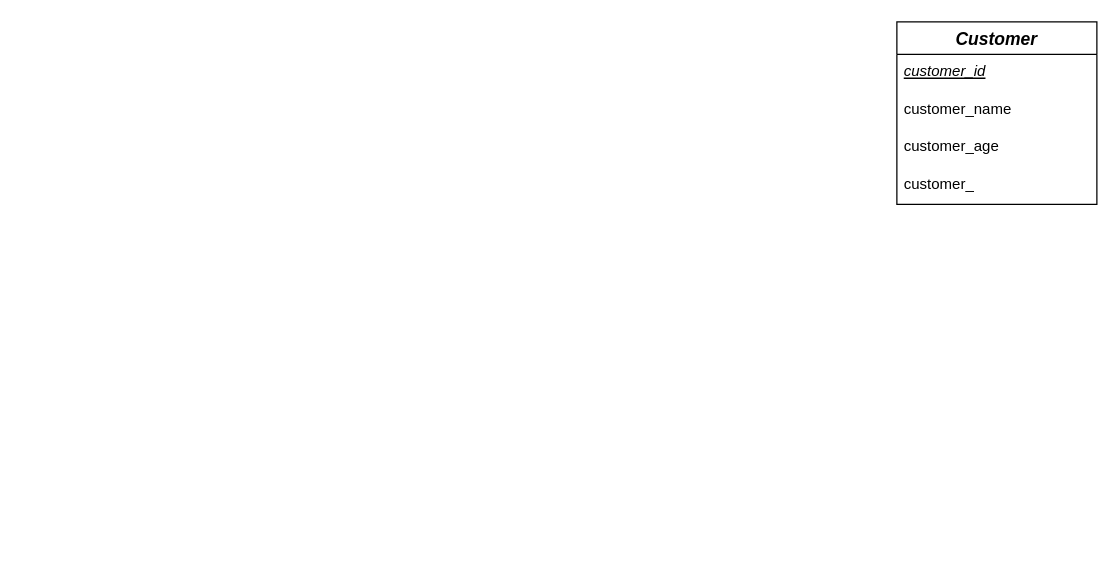
This is page "Practice 7.1" (1 of 2) of Untitled Diagram.drawio from jskwak98/database_erModeling, a draw.io file, before an edit. Source tidied: cells renumbered, new cells numbered last; positions are measured from the earlier drawing's top-left corner, leaving out a move shared by most shapes. Both pictures are drawn from the tidied source at 125%, with x=0, y=0 at pixel (896, 21).
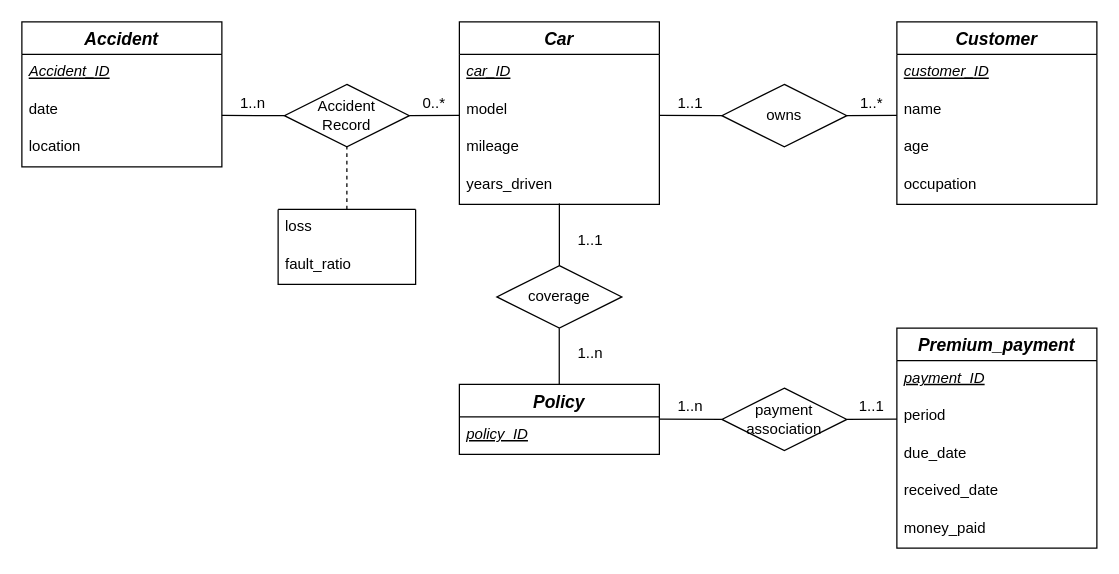
The same page after the edit.

The change refers to these unchanged cells:
```xml
<mxCell id="2" value="Customer" style="swimlane;fontStyle=3;horizontal=1;startSize=26;align=center;fontSize=14;verticalAlign=middle;" parent="1" vertex="1">
  <mxGeometry width="160" height="146" as="geometry" />
</mxCell>
```

Change to the diagram source:
```diff
@@
-    <mxCell id="3" value="customer_id" style="text;strokeColor=none;fillColor=none;spacingLeft=4;spacingRight=4;overflow=hidden;fontSize=12;fontStyle=6;fontFamily=Helvetica;perimeterSpacing=0;" parent="2" vertex="1">
+    <mxCell id="3" value="customer_ID" style="text;strokeColor=none;fillColor=none;spacingLeft=4;spacingRight=4;overflow=hidden;fontSize=12;fontStyle=6;fontFamily=Helvetica;perimeterSpacing=0;" parent="2" vertex="1">
       <mxGeometry y="26" width="160" height="30" as="geometry" />
     </mxCell>
-    <mxCell id="4" value="customer_name" style="text;strokeColor=none;fillColor=none;spacingLeft=4;spacingRight=4;overflow=hidden;fontSize=12;" parent="2" vertex="1">
+    <mxCell id="4" value="name" style="text;strokeColor=none;fillColor=none;spacingLeft=4;spacingRight=4;overflow=hidden;fontSize=12;" parent="2" vertex="1">
       <mxGeometry y="56" width="160" height="30" as="geometry" />
     </mxCell>
-    <mxCell id="5" value="customer_age&#10;" style="text;strokeColor=none;fillColor=none;spacingLeft=4;spacingRight=4;overflow=hidden;fontSize=12;" parent="2" vertex="1">
+    <mxCell id="5" value="age&#10;" style="text;strokeColor=none;fillColor=none;spacingLeft=4;spacingRight=4;overflow=hidden;fontSize=12;" parent="2" vertex="1">
       <mxGeometry y="86" width="160" height="30" as="geometry" />
     </mxCell>
-    <mxCell id="6" value="customer_" style="text;strokeColor=none;fillColor=none;spacingLeft=4;spacingRight=4;overflow=hidden;fontSize=12;" parent="2" vertex="1">
+    <mxCell id="6" value="occupation" style="text;strokeColor=none;fillColor=none;spacingLeft=4;spacingRight=4;overflow=hidden;fontSize=12;" parent="2" vertex="1">
       <mxGeometry y="116" width="160" height="30" as="geometry" />
     </mxCell>
+    <mxCell id="7" value="Car" style="swimlane;fontStyle=3;horizontal=1;startSize=26;align=center;fontSize=14;verticalAlign=middle;" parent="1" vertex="1">
+      <mxGeometry x="-350" width="160" height="146" as="geometry" />
+    </mxCell>
+    <mxCell id="8" value="car_ID" style="text;strokeColor=none;fillColor=none;spacingLeft=4;spacingRight=4;overflow=hidden;fontSize=12;fontStyle=6;fontFamily=Helvetica;perimeterSpacing=0;" parent="7" vertex="1">
+      <mxGeometry y="26" width="160" height="30" as="geometry" />
+    </mxCell>
+    <mxCell id="9" value="model" style="text;strokeColor=none;fillColor=none;spacingLeft=4;spacingRight=4;overflow=hidden;fontSize=12;" parent="7" vertex="1">
+      <mxGeometry y="56" width="160" height="30" as="geometry" />
+    </mxCell>
+    <mxCell id="10" value="mileage" style="text;strokeColor=none;fillColor=none;spacingLeft=4;spacingRight=4;overflow=hidden;fontSize=12;" parent="7" vertex="1">
+      <mxGeometry y="86" width="160" height="30" as="geometry" />
+    </mxCell>
+    <mxCell id="11" value="years_driven" style="text;strokeColor=none;fillColor=none;spacingLeft=4;spacingRight=4;overflow=hidden;fontSize=12;" parent="7" vertex="1">
+      <mxGeometry y="116" width="160" height="30" as="geometry" />
+    </mxCell>
+    <mxCell id="12" value="owns" style="shape=rhombus;perimeter=rhombusPerimeter;whiteSpace=wrap;html=1;align=center;" parent="1" vertex="1">
+      <mxGeometry x="-140" y="50" width="100" height="50" as="geometry" />
+    </mxCell>
+    <mxCell id="13" style="endArrow=none;html=1;rounded=0;entryX=0;entryY=0.5;entryDx=0;entryDy=0;" parent="1" edge="1" target="12">
+      <mxGeometry relative="1" as="geometry">
+        <mxPoint x="-190" y="74.8" as="sourcePoint" />
+      </mxGeometry>
+    </mxCell>
+    <mxCell id="14" style="endArrow=none;html=1;rounded=0;exitX=1;exitY=0.5;exitDx=0;exitDy=0;" parent="1" edge="1" source="12">
+      <mxGeometry relative="1" as="geometry">
+        <mxPoint y="74.8" as="targetPoint" />
+      </mxGeometry>
+    </mxCell>
+    <mxCell id="15" value="1..1" style="text;html=1;strokeColor=none;fillColor=none;align=center;verticalAlign=middle;whiteSpace=wrap;rounded=0;" parent="1" vertex="1">
+      <mxGeometry x="-190" y="50" width="50" height="30" as="geometry" />
+    </mxCell>
+    <mxCell id="16" value="1..*" style="text;html=1;strokeColor=none;fillColor=none;align=center;verticalAlign=middle;whiteSpace=wrap;rounded=0;" parent="1" vertex="1">
+      <mxGeometry x="-40" y="50" width="40" height="30" as="geometry" />
+    </mxCell>
+    <mxCell id="17" value="Accident&lt;br&gt;Record" style="shape=rhombus;perimeter=rhombusPerimeter;whiteSpace=wrap;html=1;align=center;" parent="1" vertex="1">
+      <mxGeometry x="-490" y="50" width="100" height="50" as="geometry" />
+    </mxCell>
+    <mxCell id="18" style="endArrow=none;html=1;rounded=0;entryX=0;entryY=0.5;entryDx=0;entryDy=0;" parent="1" edge="1" target="17">
+      <mxGeometry relative="1" as="geometry">
+        <mxPoint x="-540" y="74.8" as="sourcePoint" />
+      </mxGeometry>
+    </mxCell>
+    <mxCell id="19" style="endArrow=none;html=1;rounded=0;exitX=1;exitY=0.5;exitDx=0;exitDy=0;" parent="1" edge="1" source="17">
+      <mxGeometry relative="1" as="geometry">
+        <mxPoint x="-350" y="74.8" as="targetPoint" />
+      </mxGeometry>
+    </mxCell>
+    <mxCell id="20" value="1..n" style="text;html=1;strokeColor=none;fillColor=none;align=center;verticalAlign=middle;whiteSpace=wrap;rounded=0;" parent="1" vertex="1">
+      <mxGeometry x="-540" y="50" width="50" height="30" as="geometry" />
+    </mxCell>
+    <mxCell id="21" value="0..*" style="text;html=1;strokeColor=none;fillColor=none;align=center;verticalAlign=middle;whiteSpace=wrap;rounded=0;" parent="1" vertex="1">
+      <mxGeometry x="-390" y="50" width="40" height="30" as="geometry" />
+    </mxCell>
+    <mxCell id="22" value="Accident" style="swimlane;fontStyle=3;horizontal=1;startSize=26;align=center;fontSize=14;verticalAlign=middle;" parent="1" vertex="1">
+      <mxGeometry x="-700" width="160" height="116" as="geometry" />
+    </mxCell>
+    <mxCell id="23" value="Accident_ID" style="text;strokeColor=none;fillColor=none;spacingLeft=4;spacingRight=4;overflow=hidden;fontSize=12;fontStyle=6;fontFamily=Helvetica;perimeterSpacing=0;" parent="22" vertex="1">
+      <mxGeometry y="26" width="160" height="30" as="geometry" />
+    </mxCell>
+    <mxCell id="24" value="date" style="text;strokeColor=none;fillColor=none;spacingLeft=4;spacingRight=4;overflow=hidden;fontSize=12;" parent="22" vertex="1">
+      <mxGeometry y="56" width="160" height="30" as="geometry" />
+    </mxCell>
+    <mxCell id="25" value="location" style="text;strokeColor=none;fillColor=none;spacingLeft=4;spacingRight=4;overflow=hidden;fontSize=12;" parent="22" vertex="1">
+      <mxGeometry y="86" width="160" height="30" as="geometry" />
+    </mxCell>
+    <mxCell id="26" style="endArrow=none;dashed=1;html=1;rounded=0;" parent="1" edge="1">
+      <mxGeometry relative="1" as="geometry">
+        <mxPoint x="-440" y="150" as="sourcePoint" />
+        <mxPoint x="-440" y="100" as="targetPoint" />
+      </mxGeometry>
+    </mxCell>
+    <mxCell id="27" style="swimlane;fontStyle=0;horizontal=1;startSize=0;align=center;fontSize=14;" parent="1" vertex="1">
+      <mxGeometry x="-495" y="150" width="110" height="60" as="geometry" />
+    </mxCell>
+    <mxCell id="28" value="loss" style="text;strokeColor=none;fillColor=none;spacingLeft=4;spacingRight=4;overflow=hidden;fontSize=12;" parent="27" vertex="1">
+      <mxGeometry width="110" height="30" as="geometry" />
+    </mxCell>
+    <mxCell id="29" value="fault_ratio" style="text;strokeColor=none;fillColor=none;spacingLeft=4;spacingRight=4;overflow=hidden;fontSize=12;" parent="27" vertex="1">
+      <mxGeometry y="30" width="110" height="30" as="geometry" />
+    </mxCell>
+    <mxCell id="30" value="coverage" style="shape=rhombus;perimeter=rhombusPerimeter;whiteSpace=wrap;html=1;align=center;" parent="1" vertex="1">
+      <mxGeometry x="-320" y="195" width="100" height="50" as="geometry" />
+    </mxCell>
+    <mxCell id="31" style="endArrow=none;html=1;rounded=0;entryX=0.5;entryY=0;entryDx=0;entryDy=0;" parent="1" edge="1" target="30">
+      <mxGeometry relative="1" as="geometry">
+        <mxPoint x="-270" y="145.2" as="sourcePoint" />
+      </mxGeometry>
+    </mxCell>
+    <mxCell id="32" style="endArrow=none;html=1;rounded=0;entryX=0.5;entryY=0;entryDx=0;entryDy=0;" parent="1" edge="1">
+      <mxGeometry relative="1" as="geometry">
+        <mxPoint x="-270.1" y="245" as="sourcePoint" />
+        <mxPoint x="-270.1" y="294.8" as="targetPoint" />
+      </mxGeometry>
+    </mxCell>
+    <mxCell id="33" value="Policy" style="swimlane;fontStyle=3;horizontal=1;startSize=26;align=center;fontSize=14;verticalAlign=middle;" parent="1" vertex="1">
+      <mxGeometry x="-350" y="290" width="160" height="56" as="geometry" />
+    </mxCell>
+    <mxCell id="34" value="policy_ID" style="text;strokeColor=none;fillColor=none;spacingLeft=4;spacingRight=4;overflow=hidden;fontSize=12;fontStyle=6;fontFamily=Helvetica;perimeterSpacing=0;" parent="33" vertex="1">
+      <mxGeometry y="26" width="160" height="30" as="geometry" />
+    </mxCell>
+    <mxCell id="35" value="1..1" style="text;html=1;strokeColor=none;fillColor=none;align=center;verticalAlign=middle;whiteSpace=wrap;rounded=0;" parent="1" vertex="1">
+      <mxGeometry x="-270" y="160" width="50" height="30" as="geometry" />
+    </mxCell>
+    <mxCell id="36" value="1..n" style="text;html=1;strokeColor=none;fillColor=none;align=center;verticalAlign=middle;whiteSpace=wrap;rounded=0;" parent="1" vertex="1">
+      <mxGeometry x="-270" y="250" width="50" height="30" as="geometry" />
+    </mxCell>
+    <mxCell id="37" value="payment&lt;br&gt;association" style="shape=rhombus;perimeter=rhombusPerimeter;whiteSpace=wrap;html=1;align=center;" parent="1" vertex="1">
+      <mxGeometry x="-140" y="293" width="100" height="50" as="geometry" />
+    </mxCell>
+    <mxCell id="38" style="endArrow=none;html=1;rounded=0;entryX=0;entryY=0.5;entryDx=0;entryDy=0;" parent="1" edge="1" target="37">
+      <mxGeometry relative="1" as="geometry">
+        <mxPoint x="-190" y="317.8" as="sourcePoint" />
+      </mxGeometry>
+    </mxCell>
+    <mxCell id="39" style="endArrow=none;html=1;rounded=0;exitX=1;exitY=0.5;exitDx=0;exitDy=0;" parent="1" edge="1" source="37">
+      <mxGeometry relative="1" as="geometry">
+        <mxPoint y="317.8" as="targetPoint" />
+      </mxGeometry>
+    </mxCell>
+    <mxCell id="40" value="1..n" style="text;html=1;strokeColor=none;fillColor=none;align=center;verticalAlign=middle;whiteSpace=wrap;rounded=0;" parent="1" vertex="1">
+      <mxGeometry x="-190" y="293" width="50" height="30" as="geometry" />
+    </mxCell>
+    <mxCell id="41" value="1..1" style="text;html=1;strokeColor=none;fillColor=none;align=center;verticalAlign=middle;whiteSpace=wrap;rounded=0;" parent="1" vertex="1">
+      <mxGeometry x="-40" y="293" width="40" height="30" as="geometry" />
+    </mxCell>
+    <mxCell id="42" value="Premium_payment" style="swimlane;fontStyle=3;horizontal=1;startSize=26;align=center;fontSize=14;verticalAlign=middle;" parent="1" vertex="1">
+      <mxGeometry y="245" width="160" height="176" as="geometry" />
+    </mxCell>
+    <mxCell id="43" value="payment_ID" style="text;strokeColor=none;fillColor=none;spacingLeft=4;spacingRight=4;overflow=hidden;fontSize=12;fontStyle=6;fontFamily=Helvetica;perimeterSpacing=0;" parent="42" vertex="1">
+      <mxGeometry y="26" width="160" height="30" as="geometry" />
+    </mxCell>
+    <mxCell id="44" value="period" style="text;strokeColor=none;fillColor=none;spacingLeft=4;spacingRight=4;overflow=hidden;fontSize=12;" parent="42" vertex="1">
+      <mxGeometry y="56" width="160" height="30" as="geometry" />
+    </mxCell>
+    <mxCell id="45" value="due_date" style="text;strokeColor=none;fillColor=none;spacingLeft=4;spacingRight=4;overflow=hidden;fontSize=12;" parent="42" vertex="1">
+      <mxGeometry y="86" width="160" height="30" as="geometry" />
+    </mxCell>
+    <mxCell id="46" value="received_date" style="text;strokeColor=none;fillColor=none;spacingLeft=4;spacingRight=4;overflow=hidden;fontSize=12;" parent="42" vertex="1">
+      <mxGeometry y="116" width="160" height="30" as="geometry" />
+    </mxCell>
+    <mxCell id="47" value="money_paid" style="text;strokeColor=none;fillColor=none;spacingLeft=4;spacingRight=4;overflow=hidden;fontSize=12;" parent="42" vertex="1">
+      <mxGeometry y="146" width="160" height="30" as="geometry" />
+    </mxCell>
```
